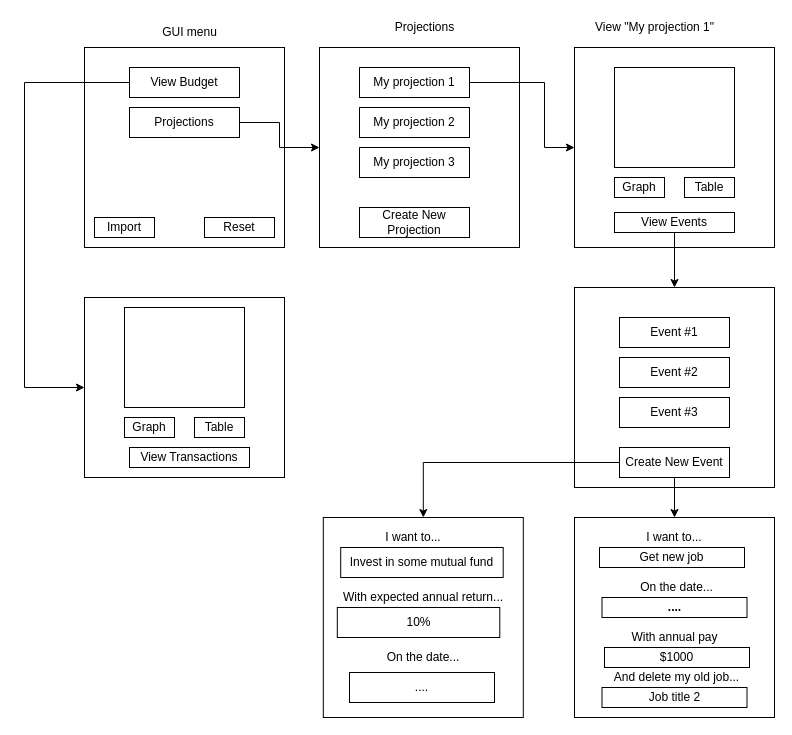
Earlier version of the draw.io diagram layout.drawio (sjbriley/budget_insights). Source tidied: cells renumbered, new cells numbered last; positions are measured from the earlier drawing's top-left corner, leaving out a move shared by most shapes. Both pictures are drawn from the tidied source at 100%, with x=0, y=0 at pixel (24, 17).
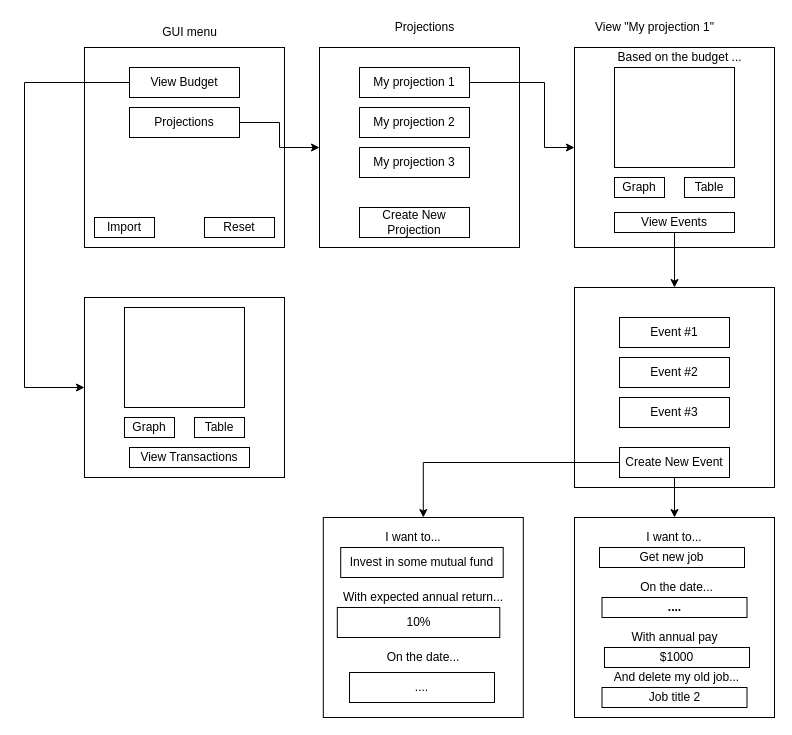
The same page after the edit.

The edit, as a diff of the source:
```diff
@@
+    <mxCell id="52" value="Based on the budget ..." style="text;html=1;align=center;verticalAlign=middle;strokeColor=none;fillColor=none;" parent="1" vertex="1">
+      <mxGeometry x="585" y="30" width="140" height="20" as="geometry" />
+    </mxCell>
```
